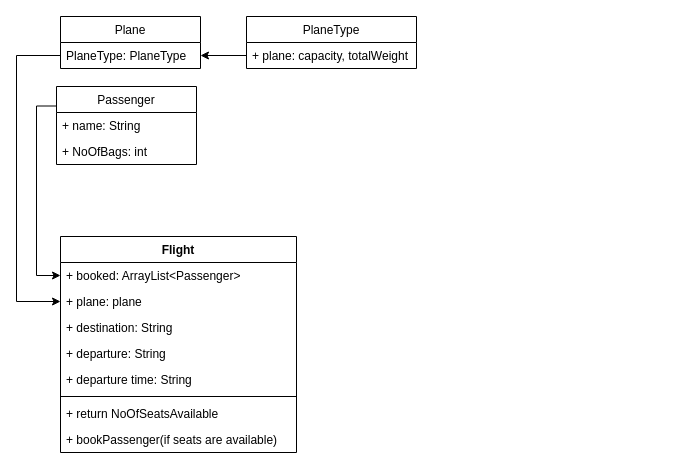
Before: Airline_MVP.drawio in stevenjburrows/week11_WKhomework_airline, a draw.io diagram. Source tidied: cells renumbered, new cells numbered last; positions are measured from the earlier drawing's top-left corner, leaving out a move shared by most shapes. Both pictures are drawn from the tidied source at 100%, with x=0, y=0 at pixel (16, 16).
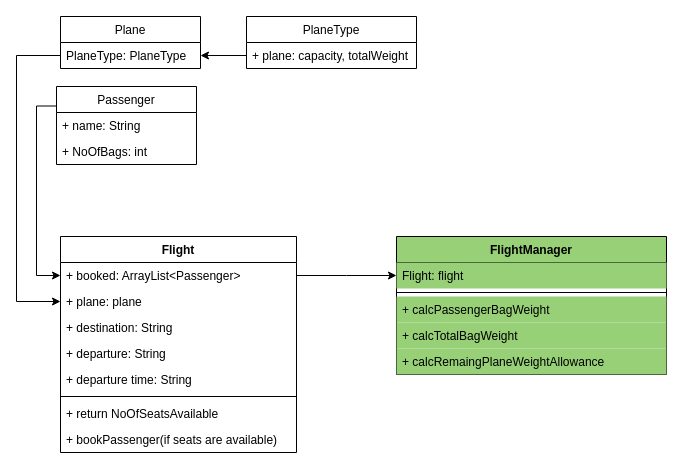
After the change.

Unchanged cells that the change refers to:
```xml
<mxCell id="3" value="PlaneType: PlaneType" style="text;strokeColor=none;fillColor=none;align=left;verticalAlign=top;spacingLeft=4;spacingRight=4;overflow=hidden;points=[[0,0.5],[1,0.5]];portConstraint=eastwest;" parent="2" vertex="1">
  <mxGeometry y="26" width="140" height="26" as="geometry" />
</mxCell>
<mxCell id="5" value="+ plane: capacity, totalWeight" style="text;strokeColor=none;fillColor=none;align=left;verticalAlign=top;spacingLeft=4;spacingRight=4;overflow=hidden;points=[[0,0.5],[1,0.5]];portConstraint=eastwest;" parent="4" vertex="1">
  <mxGeometry y="26" width="170" height="26" as="geometry" />
</mxCell>
<mxCell id="8" value="+ booked: ArrayList&lt;Passenger&gt;&#10;" style="text;strokeColor=none;fillColor=none;align=left;verticalAlign=top;spacingLeft=4;spacingRight=4;overflow=hidden;points=[[0,0.5],[1,0.5]];portConstraint=eastwest;" parent="7" vertex="1">
  <mxGeometry y="26" width="236" height="26" as="geometry" />
</mxCell>
<mxCell id="9" value="+ plane: plane" style="text;strokeColor=none;fillColor=none;align=left;verticalAlign=top;spacingLeft=4;spacingRight=4;overflow=hidden;points=[[0,0.5],[1,0.5]];portConstraint=eastwest;" parent="7" vertex="1">
  <mxGeometry y="52" width="236" height="26" as="geometry" />
</mxCell>
<mxCell id="17" value="Passenger" style="swimlane;fontStyle=0;horizontal=1;startSize=26;fillColor=none;" parent="1" vertex="1">
  <mxGeometry x="40" y="70" width="140" height="78" as="geometry" />
</mxCell>
```

What changed in the source:
```diff
@@
+    <mxCell id="6" style="edgeStyle=orthogonalEdgeStyle;rounded=0;jettySize=auto;html=1;exitX=0;exitY=0.5;exitDx=0;exitDy=0;entryX=1;entryY=0.5;entryDx=0;entryDy=0;" parent="1" edge="1" source="5" target="3">
+      <mxGeometry relative="1" as="geometry" />
+    </mxCell>
+    <mxCell id="16" style="edgeStyle=orthogonalEdgeStyle;rounded=0;jettySize=auto;html=1;exitX=0;exitY=0.25;exitDx=0;exitDy=0;entryX=0;entryY=0.5;entryDx=0;entryDy=0;" parent="1" edge="1" source="17" target="8">
+      <mxGeometry relative="1" as="geometry" />
+    </mxCell>
+    <mxCell id="20" style="edgeStyle=orthogonalEdgeStyle;rounded=0;jettySize=auto;html=1;exitX=0;exitY=0.5;exitDx=0;exitDy=0;entryX=0;entryY=0.5;entryDx=0;entryDy=0;" parent="1" edge="1" source="3" target="9">
+      <mxGeometry relative="1" as="geometry">
+        <Array as="points">
+          <mxPoint y="39" />
+          <mxPoint y="285" />
+        </Array>
+      </mxGeometry>
+    </mxCell>
@@
-    <mxCell id="6" style="edgeStyle=orthogonalEdgeStyle;rounded=0;jettySize=auto;html=1;exitX=0;exitY=0.5;exitDx=0;exitDy=0;entryX=1;entryY=0.5;entryDx=0;entryDy=0;" parent="1" edge="1" source="5" target="3">
-      <mxGeometry relative="1" as="geometry" />
-    </mxCell>
@@
-    <mxCell id="16" style="edgeStyle=orthogonalEdgeStyle;rounded=0;jettySize=auto;html=1;exitX=0;exitY=0.25;exitDx=0;exitDy=0;entryX=0;entryY=0.5;entryDx=0;entryDy=0;" parent="1" edge="1" source="17" target="8">
-      <mxGeometry relative="1" as="geometry" />
-    </mxCell>
@@
-    <mxCell id="20" style="edgeStyle=orthogonalEdgeStyle;rounded=0;jettySize=auto;html=1;exitX=0;exitY=0.5;exitDx=0;exitDy=0;entryX=0;entryY=0.5;entryDx=0;entryDy=0;" parent="1" edge="1" source="3" target="9">
-      <mxGeometry relative="1" as="geometry">
-        <Array as="points">
-          <mxPoint y="39" />
-          <mxPoint y="285" />
-        </Array>
-      </mxGeometry>
-    </mxCell>
+    <mxCell id="21" value="FlightManager" style="swimlane;fontStyle=1;align=center;verticalAlign=top;horizontal=1;startSize=26;fillColor=#97D077;" parent="1" vertex="1">
+      <mxGeometry x="380" y="220" width="270" height="138" as="geometry" />
+    </mxCell>
+    <mxCell id="22" value="Flight: flight" style="text;strokeColor=none;fillColor=#97D077;align=left;verticalAlign=top;spacingLeft=4;spacingRight=4;overflow=hidden;" parent="21" vertex="1">
+      <mxGeometry y="26" width="270" height="26" as="geometry" />
+    </mxCell>
+    <mxCell id="23" style="line;strokeWidth=1;fillColor=#97D077;align=left;verticalAlign=middle;spacingTop=-1;spacingLeft=3;spacingRight=3;labelPosition=right;" parent="21" vertex="1">
+      <mxGeometry y="52" width="270" height="8" as="geometry" />
+    </mxCell>
+    <mxCell id="24" value="+ calcPassengerBagWeight" style="text;strokeColor=none;fillColor=#97D077;align=left;verticalAlign=top;spacingLeft=4;spacingRight=4;overflow=hidden;" parent="21" vertex="1">
+      <mxGeometry y="60" width="270" height="26" as="geometry" />
+    </mxCell>
+    <mxCell id="25" value="+ calcTotalBagWeight" style="text;strokeColor=none;fillColor=#97D077;align=left;verticalAlign=top;spacingLeft=4;spacingRight=4;overflow=hidden;" parent="21" vertex="1">
+      <mxGeometry y="86" width="270" height="26" as="geometry" />
+    </mxCell>
+    <mxCell id="26" value="+ calcRemaingPlaneWeightAllowance" style="text;strokeColor=none;fillColor=#97D077;align=left;verticalAlign=top;spacingLeft=4;spacingRight=4;overflow=hidden;" parent="21" vertex="1">
+      <mxGeometry y="112" width="270" height="26" as="geometry" />
+    </mxCell>
+    <mxCell id="27" style="edgeStyle=orthogonalEdgeStyle;rounded=0;jettySize=auto;html=1;exitX=1;exitY=0.5;exitDx=0;exitDy=0;" parent="1" edge="1" source="8">
+      <mxGeometry relative="1" as="geometry">
+        <mxPoint x="380" y="259" as="targetPoint" />
+      </mxGeometry>
+    </mxCell>
```
